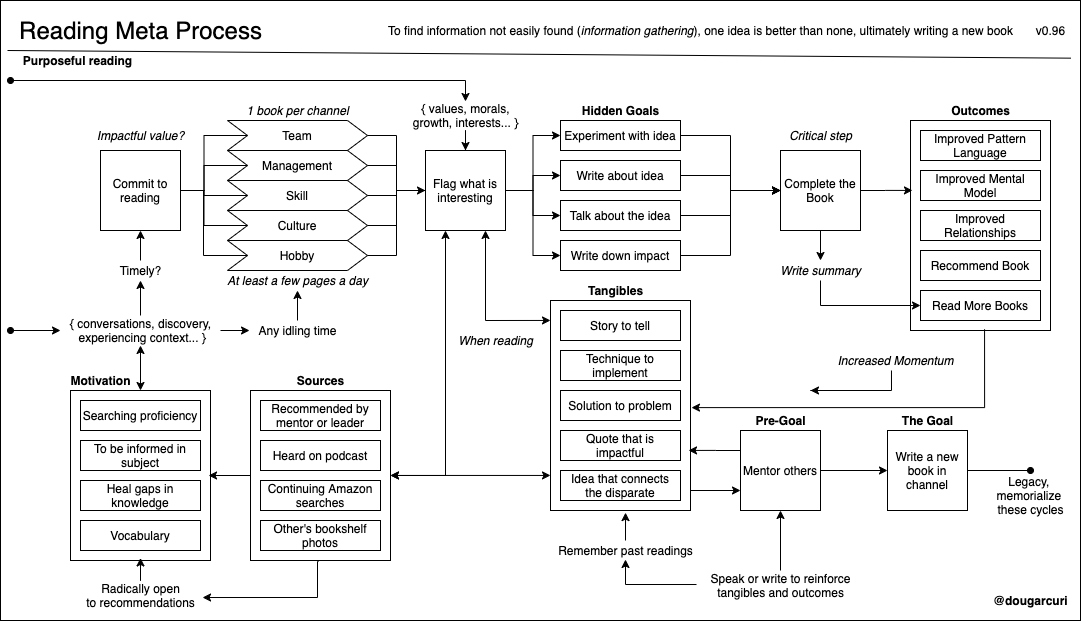
Earlier version of the draw.io export books/diagrams/reading-process.png (solidi/learning-notes). Source tidied: cells renumbered, new cells last; positions are measured from the earlier drawing's top-left corner, leaving out a move shared by most shapes.
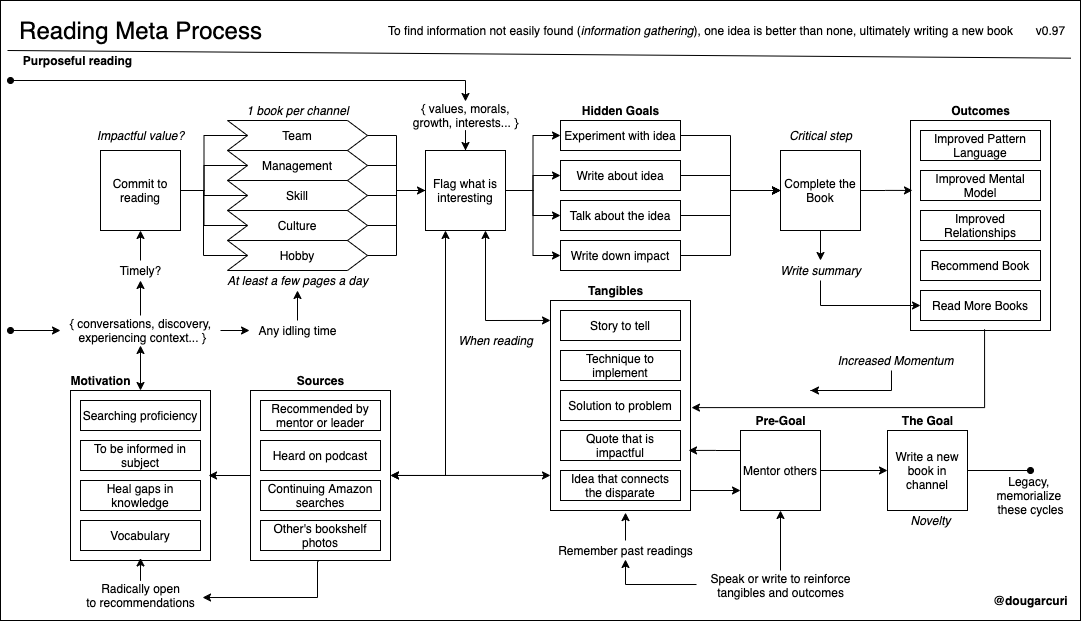
Above is the later version.

Commit message:
Add novelty to the diagram

What changed in the source:
```diff
@@ -95,7 +95,7 @@
     <mxCell id="27" value="Write about idea" style="rounded=0;whiteSpace=wrap;html=1;" parent="1" vertex="1">
       <mxGeometry x="560" y="160" width="120" height="30" as="geometry" />
     </mxCell>
-    <mxCell id="28" value="v0.96" style="text;html=1;align=center;verticalAlign=middle;" parent="1" vertex="1">
+    <mxCell id="28" value="v0.97" style="text;html=1;align=center;verticalAlign=middle;" parent="1" vertex="1">
       <mxGeometry x="1030" y="20" width="40" height="20" as="geometry" />
     </mxCell>
     <mxCell id="29" value="&lt;b&gt;@dougarcuri&lt;/b&gt;" style="text;html=1;align=center;verticalAlign=middle;" parent="1" vertex="1">
@@ -374,5 +374,8 @@
     <mxCell id="110" value="Remember past readings" style="text;html=1;align=center;verticalAlign=middle;points=[];" parent="1" vertex="1">
       <mxGeometry x="550" y="540" width="150" height="20" as="geometry" />
     </mxCell>
+    <mxCell id="111" value="&lt;i&gt;Novelty&lt;/i&gt;" style="text;html=1;align=center;verticalAlign=middle;" parent="1" vertex="1">
+      <mxGeometry x="900" y="510" width="60" height="20" as="geometry" />
+    </mxCell>
   </root>
 </mxGraphModel>
```
